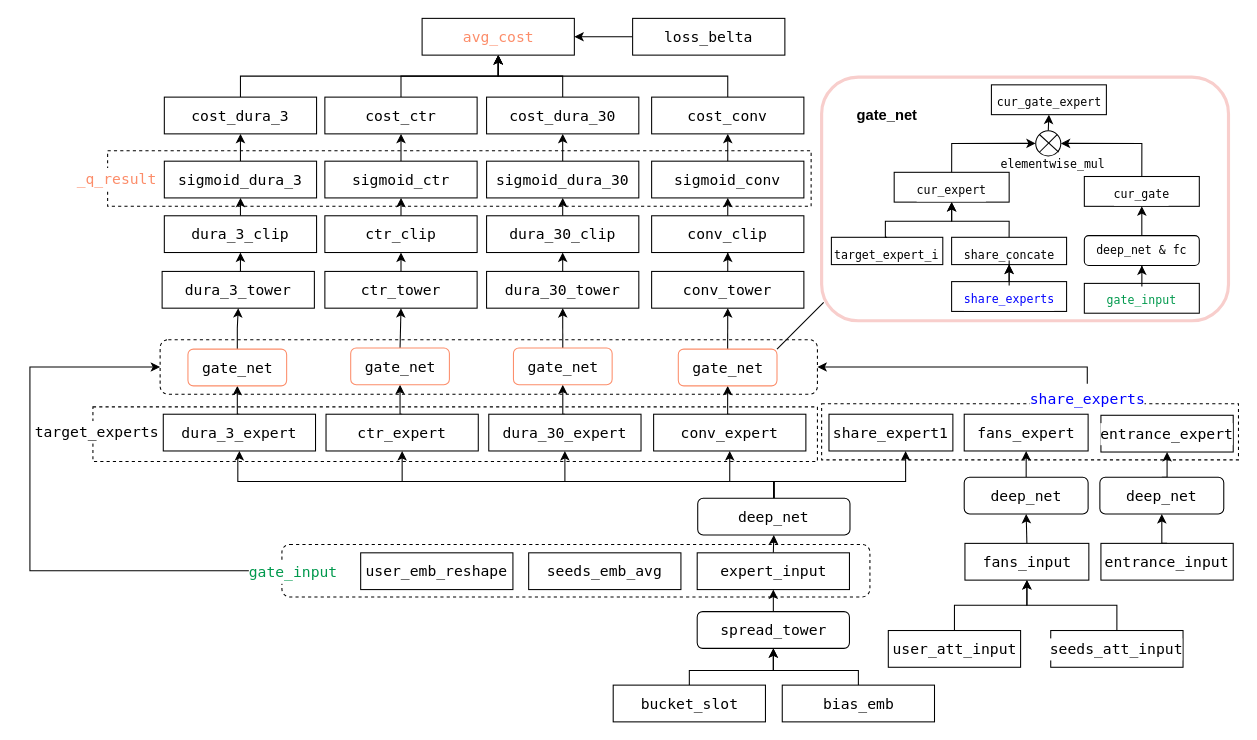
The draw.io diagram immer_model.drawio in snorlaxse/draw.io, before the edit. Source tidied: cells renumbered, new cells numbered last; positions are measured from the earlier drawing's top-left corner, leaving out a move shared by most shapes. Both pictures are drawn from the tidied source at 105%, with x=0, y=0 at pixel (17, 18).
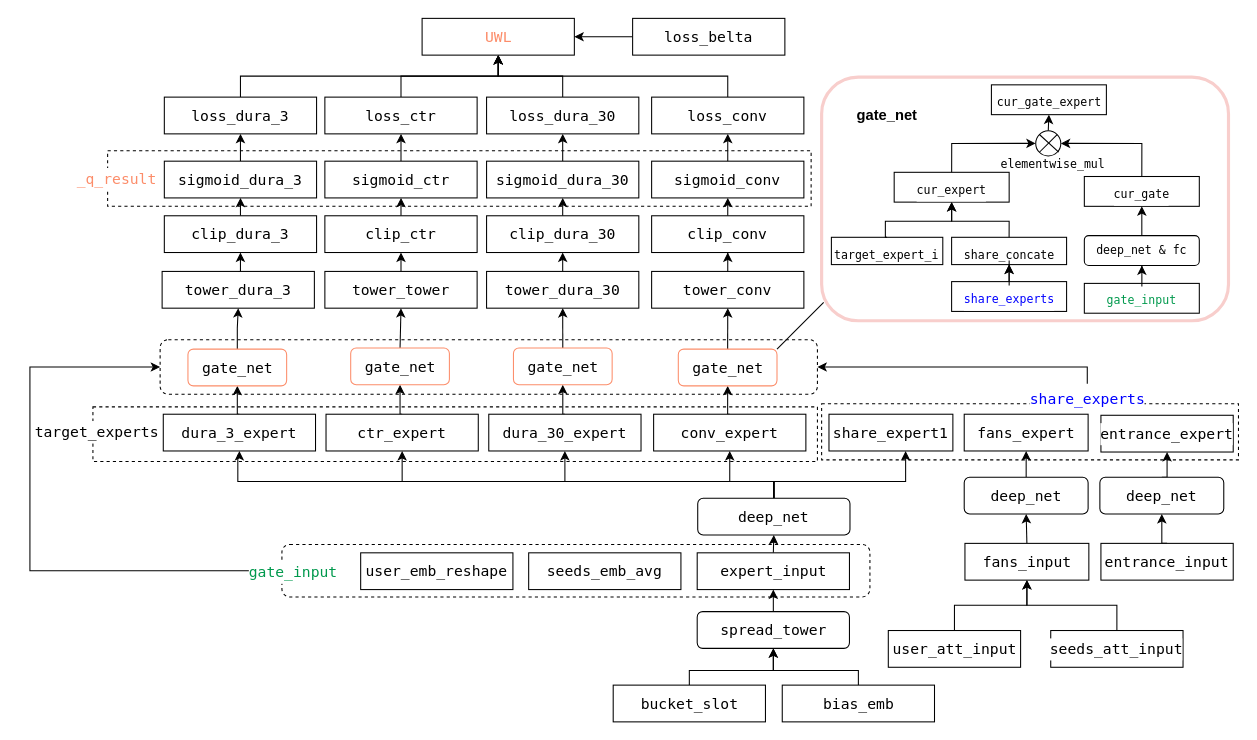
The same diagram, later.

Diff of the diagram source:
```diff
@@
-    <mxCell id="52" value="&lt;div style=&quot;background-color: rgb(255, 255, 255); font-family: &amp;quot;Fira Code&amp;quot;, Menlo, Monaco, &amp;quot;Courier New&amp;quot;, monospace; font-size: 14px; line-height: 21px; white-space: pre;&quot;&gt;&lt;div style=&quot;line-height: 21px;&quot;&gt;&lt;div style=&quot;line-height: 21px;&quot;&gt;&lt;div style=&quot;line-height: 21px;&quot;&gt;&lt;div style=&quot;line-height: 21px;&quot;&gt;dura_3_tower&lt;/div&gt;&lt;/div&gt;&lt;/div&gt;&lt;/div&gt;&lt;/div&gt;" style="rounded=0;whiteSpace=wrap;html=1;" parent="1" vertex="1">
+    <mxCell id="52" value="&lt;div style=&quot;background-color: rgb(255, 255, 255); font-family: &amp;quot;Fira Code&amp;quot;, Menlo, Monaco, &amp;quot;Courier New&amp;quot;, monospace; font-size: 14px; line-height: 21px; white-space: pre;&quot;&gt;&lt;div style=&quot;line-height: 21px;&quot;&gt;&lt;div style=&quot;line-height: 21px;&quot;&gt;&lt;div style=&quot;line-height: 21px;&quot;&gt;&lt;div style=&quot;line-height: 21px;&quot;&gt;tower_dura_3&lt;/div&gt;&lt;/div&gt;&lt;/div&gt;&lt;/div&gt;&lt;/div&gt;" style="rounded=0;whiteSpace=wrap;html=1;" parent="1" vertex="1">
       <mxGeometry x="137.9" y="241" width="145" height="35" as="geometry" />
     </mxCell>
@@
-    <mxCell id="54" value="&lt;div style=&quot;background-color: rgb(255, 255, 255); font-family: &amp;quot;Fira Code&amp;quot;, Menlo, Monaco, &amp;quot;Courier New&amp;quot;, monospace; font-size: 14px; line-height: 21px; white-space: pre;&quot;&gt;&lt;div style=&quot;line-height: 21px;&quot;&gt;&lt;div style=&quot;line-height: 21px;&quot;&gt;&lt;div style=&quot;line-height: 21px;&quot;&gt;&lt;div style=&quot;line-height: 21px;&quot;&gt;&lt;div style=&quot;line-height: 21px;&quot;&gt;ctr_tower&lt;/div&gt;&lt;/div&gt;&lt;/div&gt;&lt;/div&gt;&lt;/div&gt;&lt;/div&gt;" style="rounded=0;whiteSpace=wrap;html=1;" parent="1" vertex="1">
+    <mxCell id="54" value="&lt;div style=&quot;background-color: rgb(255, 255, 255); font-family: &amp;quot;Fira Code&amp;quot;, Menlo, Monaco, &amp;quot;Courier New&amp;quot;, monospace; font-size: 14px; line-height: 21px; white-space: pre;&quot;&gt;&lt;div style=&quot;line-height: 21px;&quot;&gt;&lt;div style=&quot;line-height: 21px;&quot;&gt;&lt;div style=&quot;line-height: 21px;&quot;&gt;&lt;div style=&quot;line-height: 21px;&quot;&gt;&lt;div style=&quot;line-height: 21px;&quot;&gt;tower_tower&lt;/div&gt;&lt;/div&gt;&lt;/div&gt;&lt;/div&gt;&lt;/div&gt;&lt;/div&gt;" style="rounded=0;whiteSpace=wrap;html=1;" parent="1" vertex="1">
       <mxGeometry x="292.9" y="241" width="145" height="35" as="geometry" />
     </mxCell>
@@
-    <mxCell id="56" value="&lt;div style=&quot;background-color: rgb(255, 255, 255); font-family: &amp;quot;Fira Code&amp;quot;, Menlo, Monaco, &amp;quot;Courier New&amp;quot;, monospace; font-size: 14px; line-height: 21px; white-space: pre;&quot;&gt;&lt;div style=&quot;line-height: 21px;&quot;&gt;&lt;div style=&quot;line-height: 21px;&quot;&gt;&lt;div style=&quot;line-height: 21px;&quot;&gt;&lt;div style=&quot;line-height: 21px;&quot;&gt;&lt;div style=&quot;line-height: 21px;&quot;&gt;&lt;div style=&quot;line-height: 21px;&quot;&gt;dura_30_tower&lt;/div&gt;&lt;/div&gt;&lt;/div&gt;&lt;/div&gt;&lt;/div&gt;&lt;/div&gt;&lt;/div&gt;" style="rounded=0;whiteSpace=wrap;html=1;" parent="1" vertex="1">
+    <mxCell id="56" value="&lt;div style=&quot;background-color: rgb(255, 255, 255); font-family: &amp;quot;Fira Code&amp;quot;, Menlo, Monaco, &amp;quot;Courier New&amp;quot;, monospace; font-size: 14px; line-height: 21px; white-space: pre;&quot;&gt;&lt;div style=&quot;line-height: 21px;&quot;&gt;&lt;div style=&quot;line-height: 21px;&quot;&gt;&lt;div style=&quot;line-height: 21px;&quot;&gt;&lt;div style=&quot;line-height: 21px;&quot;&gt;&lt;div style=&quot;line-height: 21px;&quot;&gt;&lt;div style=&quot;line-height: 21px;&quot;&gt;tower_dura_30&lt;/div&gt;&lt;/div&gt;&lt;/div&gt;&lt;/div&gt;&lt;/div&gt;&lt;/div&gt;&lt;/div&gt;" style="rounded=0;whiteSpace=wrap;html=1;" parent="1" vertex="1">
       <mxGeometry x="446.9" y="241" width="145" height="35" as="geometry" />
     </mxCell>
@@
-    <mxCell id="58" value="&lt;div style=&quot;background-color: rgb(255, 255, 255); font-family: &amp;quot;Fira Code&amp;quot;, Menlo, Monaco, &amp;quot;Courier New&amp;quot;, monospace; font-size: 14px; line-height: 21px; white-space: pre;&quot;&gt;&lt;div style=&quot;line-height: 21px;&quot;&gt;&lt;div style=&quot;line-height: 21px;&quot;&gt;&lt;div style=&quot;line-height: 21px;&quot;&gt;&lt;div style=&quot;line-height: 21px;&quot;&gt;&lt;div style=&quot;line-height: 21px;&quot;&gt;&lt;div style=&quot;line-height: 21px;&quot;&gt;&lt;div style=&quot;line-height: 21px;&quot;&gt;conv_tower&lt;/div&gt;&lt;/div&gt;&lt;/div&gt;&lt;/div&gt;&lt;/div&gt;&lt;/div&gt;&lt;/div&gt;&lt;/div&gt;" style="rounded=0;whiteSpace=wrap;html=1;" parent="1" vertex="1">
+    <mxCell id="58" value="&lt;div style=&quot;background-color: rgb(255, 255, 255); font-family: &amp;quot;Fira Code&amp;quot;, Menlo, Monaco, &amp;quot;Courier New&amp;quot;, monospace; font-size: 14px; line-height: 21px; white-space: pre;&quot;&gt;&lt;div style=&quot;line-height: 21px;&quot;&gt;&lt;div style=&quot;line-height: 21px;&quot;&gt;&lt;div style=&quot;line-height: 21px;&quot;&gt;&lt;div style=&quot;line-height: 21px;&quot;&gt;&lt;div style=&quot;line-height: 21px;&quot;&gt;&lt;div style=&quot;line-height: 21px;&quot;&gt;&lt;div style=&quot;line-height: 21px;&quot;&gt;tower_conv&lt;/div&gt;&lt;/div&gt;&lt;/div&gt;&lt;/div&gt;&lt;/div&gt;&lt;/div&gt;&lt;/div&gt;&lt;/div&gt;" style="rounded=0;whiteSpace=wrap;html=1;" parent="1" vertex="1">
       <mxGeometry x="604.1" y="241" width="145" height="35" as="geometry" />
     </mxCell>
@@
-    <mxCell id="60" value="&lt;div style=&quot;background-color: rgb(255, 255, 255); font-family: &amp;quot;Fira Code&amp;quot;, Menlo, Monaco, &amp;quot;Courier New&amp;quot;, monospace; font-size: 14px; line-height: 21px; white-space: pre;&quot;&gt;&lt;div style=&quot;line-height: 21px;&quot;&gt;&lt;div style=&quot;line-height: 21px;&quot;&gt;&lt;div style=&quot;line-height: 21px;&quot;&gt;&lt;div style=&quot;line-height: 21px;&quot;&gt;&lt;div style=&quot;line-height: 21px;&quot;&gt;&lt;div style=&quot;line-height: 21px;&quot;&gt;dura_3_clip&lt;/div&gt;&lt;/div&gt;&lt;/div&gt;&lt;/div&gt;&lt;/div&gt;&lt;/div&gt;&lt;/div&gt;" style="rounded=0;whiteSpace=wrap;html=1;" parent="1" vertex="1">
+    <mxCell id="60" value="&lt;div style=&quot;background-color: rgb(255, 255, 255); font-family: &amp;quot;Fira Code&amp;quot;, Menlo, Monaco, &amp;quot;Courier New&amp;quot;, monospace; font-size: 14px; line-height: 21px; white-space: pre;&quot;&gt;&lt;div style=&quot;line-height: 21px;&quot;&gt;&lt;div style=&quot;line-height: 21px;&quot;&gt;&lt;div style=&quot;line-height: 21px;&quot;&gt;&lt;div style=&quot;line-height: 21px;&quot;&gt;&lt;div style=&quot;line-height: 21px;&quot;&gt;&lt;div style=&quot;line-height: 21px;&quot;&gt;clip_dura_3&lt;/div&gt;&lt;/div&gt;&lt;/div&gt;&lt;/div&gt;&lt;/div&gt;&lt;/div&gt;&lt;/div&gt;" style="rounded=0;whiteSpace=wrap;html=1;" parent="1" vertex="1">
       <mxGeometry x="140" y="188" width="145" height="35" as="geometry" />
     </mxCell>
@@
-    <mxCell id="62" value="&lt;div style=&quot;background-color: rgb(255, 255, 255); font-family: &amp;quot;Fira Code&amp;quot;, Menlo, Monaco, &amp;quot;Courier New&amp;quot;, monospace; font-size: 14px; line-height: 21px; white-space: pre;&quot;&gt;&lt;div style=&quot;line-height: 21px;&quot;&gt;&lt;div style=&quot;line-height: 21px;&quot;&gt;&lt;div style=&quot;line-height: 21px;&quot;&gt;&lt;div style=&quot;line-height: 21px;&quot;&gt;&lt;div style=&quot;line-height: 21px;&quot;&gt;&lt;div style=&quot;line-height: 21px;&quot;&gt;ctr_clip&lt;/div&gt;&lt;/div&gt;&lt;/div&gt;&lt;/div&gt;&lt;/div&gt;&lt;/div&gt;&lt;/div&gt;" style="rounded=0;whiteSpace=wrap;html=1;" parent="1" vertex="1">
+    <mxCell id="62" value="&lt;div style=&quot;background-color: rgb(255, 255, 255); font-family: &amp;quot;Fira Code&amp;quot;, Menlo, Monaco, &amp;quot;Courier New&amp;quot;, monospace; font-size: 14px; line-height: 21px; white-space: pre;&quot;&gt;&lt;div style=&quot;line-height: 21px;&quot;&gt;&lt;div style=&quot;line-height: 21px;&quot;&gt;&lt;div style=&quot;line-height: 21px;&quot;&gt;&lt;div style=&quot;line-height: 21px;&quot;&gt;&lt;div style=&quot;line-height: 21px;&quot;&gt;&lt;div style=&quot;line-height: 21px;&quot;&gt;clip_ctr&lt;/div&gt;&lt;/div&gt;&lt;/div&gt;&lt;/div&gt;&lt;/div&gt;&lt;/div&gt;&lt;/div&gt;" style="rounded=0;whiteSpace=wrap;html=1;" parent="1" vertex="1">
       <mxGeometry x="292.9" y="188" width="145" height="35" as="geometry" />
     </mxCell>
@@
-    <mxCell id="64" value="&lt;div style=&quot;background-color: rgb(255, 255, 255); font-family: &amp;quot;Fira Code&amp;quot;, Menlo, Monaco, &amp;quot;Courier New&amp;quot;, monospace; font-size: 14px; line-height: 21px; white-space: pre;&quot;&gt;&lt;div style=&quot;line-height: 21px;&quot;&gt;&lt;div style=&quot;line-height: 21px;&quot;&gt;&lt;div style=&quot;line-height: 21px;&quot;&gt;&lt;div style=&quot;line-height: 21px;&quot;&gt;&lt;div style=&quot;line-height: 21px;&quot;&gt;&lt;div style=&quot;line-height: 21px;&quot;&gt;&lt;div style=&quot;line-height: 21px;&quot;&gt;dura_30_clip&lt;/div&gt;&lt;/div&gt;&lt;/div&gt;&lt;/div&gt;&lt;/div&gt;&lt;/div&gt;&lt;/div&gt;&lt;/div&gt;" style="rounded=0;whiteSpace=wrap;html=1;" parent="1" vertex="1">
+    <mxCell id="64" value="&lt;div style=&quot;background-color: rgb(255, 255, 255); font-family: &amp;quot;Fira Code&amp;quot;, Menlo, Monaco, &amp;quot;Courier New&amp;quot;, monospace; font-size: 14px; line-height: 21px; white-space: pre;&quot;&gt;&lt;div style=&quot;line-height: 21px;&quot;&gt;&lt;div style=&quot;line-height: 21px;&quot;&gt;&lt;div style=&quot;line-height: 21px;&quot;&gt;&lt;div style=&quot;line-height: 21px;&quot;&gt;&lt;div style=&quot;line-height: 21px;&quot;&gt;&lt;div style=&quot;line-height: 21px;&quot;&gt;&lt;div style=&quot;line-height: 21px;&quot;&gt;clip_dura_30&lt;/div&gt;&lt;/div&gt;&lt;/div&gt;&lt;/div&gt;&lt;/div&gt;&lt;/div&gt;&lt;/div&gt;&lt;/div&gt;" style="rounded=0;whiteSpace=wrap;html=1;" parent="1" vertex="1">
       <mxGeometry x="446.9" y="188" width="145" height="35" as="geometry" />
     </mxCell>
@@
-    <mxCell id="66" value="&lt;div style=&quot;background-color: rgb(255, 255, 255); font-family: &amp;quot;Fira Code&amp;quot;, Menlo, Monaco, &amp;quot;Courier New&amp;quot;, monospace; font-size: 14px; line-height: 21px; white-space: pre;&quot;&gt;&lt;div style=&quot;line-height: 21px;&quot;&gt;&lt;div style=&quot;line-height: 21px;&quot;&gt;&lt;div style=&quot;line-height: 21px;&quot;&gt;&lt;div style=&quot;line-height: 21px;&quot;&gt;&lt;div style=&quot;line-height: 21px;&quot;&gt;&lt;div style=&quot;line-height: 21px;&quot;&gt;&lt;div style=&quot;line-height: 21px;&quot;&gt;conv_clip&lt;/div&gt;&lt;/div&gt;&lt;/div&gt;&lt;/div&gt;&lt;/div&gt;&lt;/div&gt;&lt;/div&gt;&lt;/div&gt;" style="rounded=0;whiteSpace=wrap;html=1;" parent="1" vertex="1">
+    <mxCell id="66" value="&lt;div style=&quot;background-color: rgb(255, 255, 255); font-family: &amp;quot;Fira Code&amp;quot;, Menlo, Monaco, &amp;quot;Courier New&amp;quot;, monospace; font-size: 14px; line-height: 21px; white-space: pre;&quot;&gt;&lt;div style=&quot;line-height: 21px;&quot;&gt;&lt;div style=&quot;line-height: 21px;&quot;&gt;&lt;div style=&quot;line-height: 21px;&quot;&gt;&lt;div style=&quot;line-height: 21px;&quot;&gt;&lt;div style=&quot;line-height: 21px;&quot;&gt;&lt;div style=&quot;line-height: 21px;&quot;&gt;&lt;div style=&quot;line-height: 21px;&quot;&gt;clip_conv&lt;/div&gt;&lt;/div&gt;&lt;/div&gt;&lt;/div&gt;&lt;/div&gt;&lt;/div&gt;&lt;/div&gt;&lt;/div&gt;" style="rounded=0;whiteSpace=wrap;html=1;" parent="1" vertex="1">
       <mxGeometry x="604.1" y="188" width="145" height="35" as="geometry" />
     </mxCell>
@@
-    <mxCell id="76" value="&lt;div style=&quot;background-color: rgb(255, 255, 255); font-family: &amp;quot;Fira Code&amp;quot;, Menlo, Monaco, &amp;quot;Courier New&amp;quot;, monospace; font-size: 14px; line-height: 21px; white-space: pre;&quot;&gt;&lt;div style=&quot;line-height: 21px;&quot;&gt;&lt;div style=&quot;line-height: 21px;&quot;&gt;&lt;div style=&quot;line-height: 21px;&quot;&gt;&lt;div style=&quot;line-height: 21px;&quot;&gt;&lt;div style=&quot;line-height: 21px;&quot;&gt;&lt;div style=&quot;line-height: 21px;&quot;&gt;&lt;div style=&quot;line-height: 21px;&quot;&gt;&lt;div style=&quot;line-height: 21px;&quot;&gt;cost_dura_3&lt;/div&gt;&lt;/div&gt;&lt;/div&gt;&lt;/div&gt;&lt;/div&gt;&lt;/div&gt;&lt;/div&gt;&lt;/div&gt;&lt;/div&gt;" style="rounded=0;whiteSpace=wrap;html=1;" parent="1" vertex="1">
+    <mxCell id="76" value="&lt;div style=&quot;background-color: rgb(255, 255, 255); font-family: &amp;quot;Fira Code&amp;quot;, Menlo, Monaco, &amp;quot;Courier New&amp;quot;, monospace; font-size: 14px; line-height: 21px; white-space: pre;&quot;&gt;&lt;div style=&quot;line-height: 21px;&quot;&gt;&lt;div style=&quot;line-height: 21px;&quot;&gt;&lt;div style=&quot;line-height: 21px;&quot;&gt;&lt;div style=&quot;line-height: 21px;&quot;&gt;&lt;div style=&quot;line-height: 21px;&quot;&gt;&lt;div style=&quot;line-height: 21px;&quot;&gt;&lt;div style=&quot;line-height: 21px;&quot;&gt;&lt;div style=&quot;line-height: 21px;&quot;&gt;loss_dura_3&lt;/div&gt;&lt;/div&gt;&lt;/div&gt;&lt;/div&gt;&lt;/div&gt;&lt;/div&gt;&lt;/div&gt;&lt;/div&gt;&lt;/div&gt;" style="rounded=0;whiteSpace=wrap;html=1;" parent="1" vertex="1">
       <mxGeometry x="140" y="75" width="145" height="35" as="geometry" />
     </mxCell>
@@
-    <mxCell id="78" value="&lt;div style=&quot;background-color: rgb(255, 255, 255); font-family: &amp;quot;Fira Code&amp;quot;, Menlo, Monaco, &amp;quot;Courier New&amp;quot;, monospace; font-size: 14px; line-height: 21px; white-space: pre;&quot;&gt;&lt;div style=&quot;line-height: 21px;&quot;&gt;&lt;div style=&quot;line-height: 21px;&quot;&gt;&lt;div style=&quot;line-height: 21px;&quot;&gt;&lt;div style=&quot;line-height: 21px;&quot;&gt;&lt;div style=&quot;line-height: 21px;&quot;&gt;&lt;div style=&quot;line-height: 21px;&quot;&gt;&lt;div style=&quot;line-height: 21px;&quot;&gt;&lt;div style=&quot;line-height: 21px;&quot;&gt;cost_ctr&lt;/div&gt;&lt;/div&gt;&lt;/div&gt;&lt;/div&gt;&lt;/div&gt;&lt;/div&gt;&lt;/div&gt;&lt;/div&gt;&lt;/div&gt;" style="rounded=0;whiteSpace=wrap;html=1;" parent="1" vertex="1">
+    <mxCell id="78" value="&lt;div style=&quot;background-color: rgb(255, 255, 255); font-family: &amp;quot;Fira Code&amp;quot;, Menlo, Monaco, &amp;quot;Courier New&amp;quot;, monospace; font-size: 14px; line-height: 21px; white-space: pre;&quot;&gt;&lt;div style=&quot;line-height: 21px;&quot;&gt;&lt;div style=&quot;line-height: 21px;&quot;&gt;&lt;div style=&quot;line-height: 21px;&quot;&gt;&lt;div style=&quot;line-height: 21px;&quot;&gt;&lt;div style=&quot;line-height: 21px;&quot;&gt;&lt;div style=&quot;line-height: 21px;&quot;&gt;&lt;div style=&quot;line-height: 21px;&quot;&gt;&lt;div style=&quot;line-height: 21px;&quot;&gt;loss_ctr&lt;/div&gt;&lt;/div&gt;&lt;/div&gt;&lt;/div&gt;&lt;/div&gt;&lt;/div&gt;&lt;/div&gt;&lt;/div&gt;&lt;/div&gt;" style="rounded=0;whiteSpace=wrap;html=1;" parent="1" vertex="1">
       <mxGeometry x="292.9" y="75" width="145" height="35" as="geometry" />
     </mxCell>
@@
-    <mxCell id="80" value="&lt;div style=&quot;background-color: rgb(255, 255, 255); font-family: &amp;quot;Fira Code&amp;quot;, Menlo, Monaco, &amp;quot;Courier New&amp;quot;, monospace; font-size: 14px; line-height: 21px; white-space: pre;&quot;&gt;&lt;div style=&quot;line-height: 21px;&quot;&gt;&lt;div style=&quot;line-height: 21px;&quot;&gt;&lt;div style=&quot;line-height: 21px;&quot;&gt;&lt;div style=&quot;line-height: 21px;&quot;&gt;&lt;div style=&quot;line-height: 21px;&quot;&gt;&lt;div style=&quot;line-height: 21px;&quot;&gt;&lt;div style=&quot;line-height: 21px;&quot;&gt;&lt;div style=&quot;line-height: 21px;&quot;&gt;&lt;div style=&quot;line-height: 21px;&quot;&gt;cost_dura_30&lt;/div&gt;&lt;/div&gt;&lt;/div&gt;&lt;/div&gt;&lt;/div&gt;&lt;/div&gt;&lt;/div&gt;&lt;/div&gt;&lt;/div&gt;&lt;/div&gt;" style="rounded=0;whiteSpace=wrap;html=1;" parent="1" vertex="1">
+    <mxCell id="80" value="&lt;div style=&quot;background-color: rgb(255, 255, 255); font-family: &amp;quot;Fira Code&amp;quot;, Menlo, Monaco, &amp;quot;Courier New&amp;quot;, monospace; font-size: 14px; line-height: 21px; white-space: pre;&quot;&gt;&lt;div style=&quot;line-height: 21px;&quot;&gt;&lt;div style=&quot;line-height: 21px;&quot;&gt;&lt;div style=&quot;line-height: 21px;&quot;&gt;&lt;div style=&quot;line-height: 21px;&quot;&gt;&lt;div style=&quot;line-height: 21px;&quot;&gt;&lt;div style=&quot;line-height: 21px;&quot;&gt;&lt;div style=&quot;line-height: 21px;&quot;&gt;&lt;div style=&quot;line-height: 21px;&quot;&gt;&lt;div style=&quot;line-height: 21px;&quot;&gt;loss_dura_30&lt;/div&gt;&lt;/div&gt;&lt;/div&gt;&lt;/div&gt;&lt;/div&gt;&lt;/div&gt;&lt;/div&gt;&lt;/div&gt;&lt;/div&gt;&lt;/div&gt;" style="rounded=0;whiteSpace=wrap;html=1;" parent="1" vertex="1">
       <mxGeometry x="446.9" y="75" width="145" height="35" as="geometry" />
     </mxCell>
@@
-    <mxCell id="82" value="&lt;div style=&quot;background-color: rgb(255, 255, 255); font-family: &amp;quot;Fira Code&amp;quot;, Menlo, Monaco, &amp;quot;Courier New&amp;quot;, monospace; font-size: 14px; line-height: 21px; white-space: pre;&quot;&gt;&lt;div style=&quot;line-height: 21px;&quot;&gt;&lt;div style=&quot;line-height: 21px;&quot;&gt;&lt;div style=&quot;line-height: 21px;&quot;&gt;&lt;div style=&quot;line-height: 21px;&quot;&gt;&lt;div style=&quot;line-height: 21px;&quot;&gt;&lt;div style=&quot;line-height: 21px;&quot;&gt;&lt;div style=&quot;line-height: 21px;&quot;&gt;&lt;div style=&quot;line-height: 21px;&quot;&gt;&lt;div style=&quot;line-height: 21px;&quot;&gt;cost_conv&lt;/div&gt;&lt;/div&gt;&lt;/div&gt;&lt;/div&gt;&lt;/div&gt;&lt;/div&gt;&lt;/div&gt;&lt;/div&gt;&lt;/div&gt;&lt;/div&gt;" style="rounded=0;whiteSpace=wrap;html=1;" parent="1" vertex="1">
+    <mxCell id="82" value="&lt;div style=&quot;background-color: rgb(255, 255, 255); font-family: &amp;quot;Fira Code&amp;quot;, Menlo, Monaco, &amp;quot;Courier New&amp;quot;, monospace; font-size: 14px; line-height: 21px; white-space: pre;&quot;&gt;&lt;div style=&quot;line-height: 21px;&quot;&gt;&lt;div style=&quot;line-height: 21px;&quot;&gt;&lt;div style=&quot;line-height: 21px;&quot;&gt;&lt;div style=&quot;line-height: 21px;&quot;&gt;&lt;div style=&quot;line-height: 21px;&quot;&gt;&lt;div style=&quot;line-height: 21px;&quot;&gt;&lt;div style=&quot;line-height: 21px;&quot;&gt;&lt;div style=&quot;line-height: 21px;&quot;&gt;&lt;div style=&quot;line-height: 21px;&quot;&gt;loss_conv&lt;/div&gt;&lt;/div&gt;&lt;/div&gt;&lt;/div&gt;&lt;/div&gt;&lt;/div&gt;&lt;/div&gt;&lt;/div&gt;&lt;/div&gt;&lt;/div&gt;" style="rounded=0;whiteSpace=wrap;html=1;" parent="1" vertex="1">
       <mxGeometry x="604.1" y="75" width="145" height="35" as="geometry" />
     </mxCell>
-    <mxCell id="83" value="&lt;div style=&quot;background-color: rgb(255, 255, 255); font-family: &amp;quot;Fira Code&amp;quot;, Menlo, Monaco, &amp;quot;Courier New&amp;quot;, monospace; font-size: 14px; line-height: 21px; white-space: pre;&quot;&gt;&lt;div style=&quot;line-height: 21px;&quot;&gt;&lt;div style=&quot;line-height: 21px;&quot;&gt;&lt;div style=&quot;line-height: 21px;&quot;&gt;&lt;div style=&quot;line-height: 21px;&quot;&gt;&lt;font color=&quot;#fc8d6a&quot;&gt;avg_cost&lt;/font&gt;&lt;/div&gt;&lt;/div&gt;&lt;/div&gt;&lt;/div&gt;&lt;/div&gt;" style="rounded=0;whiteSpace=wrap;html=1;" parent="1" vertex="1">
+    <mxCell id="83" value="&lt;div style=&quot;background-color: rgb(255, 255, 255); font-family: &amp;quot;Fira Code&amp;quot;, Menlo, Monaco, &amp;quot;Courier New&amp;quot;, monospace; font-size: 14px; line-height: 21px; white-space: pre;&quot;&gt;&lt;div style=&quot;line-height: 21px;&quot;&gt;&lt;div style=&quot;line-height: 21px;&quot;&gt;&lt;div style=&quot;line-height: 21px;&quot;&gt;&lt;div style=&quot;line-height: 21px;&quot;&gt;&lt;font color=&quot;#fc8d6a&quot;&gt;UWL&lt;/font&gt;&lt;/div&gt;&lt;/div&gt;&lt;/div&gt;&lt;/div&gt;&lt;/div&gt;" style="rounded=0;whiteSpace=wrap;html=1;" parent="1" vertex="1">
       <mxGeometry x="385.5" width="145" height="35" as="geometry" />
     </mxCell>
```
